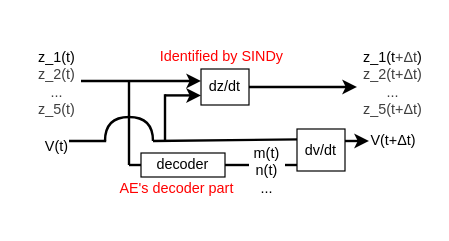
Before: docs/poster/pic/ref/model.drawio in MunechikaHaruki/SINDyNeuroSurrogate, a draw.io diagram. Source tidied: cells renumbered, new cells numbered last; positions are measured from the earlier drawing's top-left corner, leaving out a move shared by most shapes. Both pictures are drawn from the tidied source at 120%, with x=0, y=0 at pixel (20, 20).
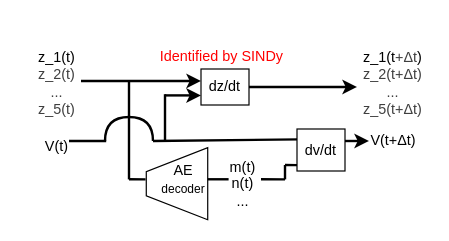
The same diagram, later.

Change to the diagram source:
```diff
@@
     <mxCell id="3" style="endArrow=none;html=1;exitX=1.017;exitY=0.414;exitDx=0;exitDy=0;exitPerimeter=0;strokeWidth=2;endFill=0;" parent="1" edge="1">
       <mxGeometry relative="1" as="geometry">
         <mxPoint x="90" y="50" as="sourcePoint" />
-        <mxPoint x="90" y="120" as="targetPoint" />
+        <mxPoint x="90" y="132" as="targetPoint" />
       </mxGeometry>
     </mxCell>
@@
-    <mxCell id="10" style="endArrow=none;html=1;strokeWidth=2;endFill=0;startArrow=none;startFill=0;" parent="1" edge="1">
+    <mxCell id="10" style="endArrow=none;html=1;strokeWidth=2;endFill=0;startArrow=none;startFill=0;exitX=0.56;exitY=-0.012;exitDx=0;exitDy=0;exitPerimeter=0;" parent="1" edge="1" source="24">
       <mxGeometry relative="1" as="geometry">
-        <mxPoint x="100" y="120" as="sourcePoint" />
-        <mxPoint x="90" y="120" as="targetPoint" />
+        <mxPoint x="90" y="131.9" as="targetPoint" />
       </mxGeometry>
     </mxCell>
-    <mxCell id="11" value="decoder" style="rounded=0;whiteSpace=wrap;html=1;" parent="1" vertex="1">
-      <mxGeometry x="100" y="110" width="70" height="20" as="geometry" />
-    </mxCell>
     <mxCell id="12" style="endArrow=none;html=1;strokeWidth=2;endFill=0;" parent="1" edge="1">
       <mxGeometry relative="1" as="geometry">
-        <mxPoint x="190" y="120" as="sourcePoint" />
-        <mxPoint x="170" y="120" as="targetPoint" />
+        <mxPoint x="173" y="131.9" as="sourcePoint" />
+        <mxPoint x="153" y="131.9" as="targetPoint" />
       </mxGeometry>
     </mxCell>
     <mxCell id="13" value="m(t)&lt;div&gt;n(t)&lt;/div&gt;&lt;div&gt;...&lt;/div&gt;" style="text;html=1;align=center;verticalAlign=middle;whiteSpace=wrap;rounded=0;" parent="1" vertex="1">
-      <mxGeometry x="190" y="95" width="30" height="60" as="geometry" />
+      <mxGeometry x="170" y="105.6" width="30" height="60" as="geometry" />
     </mxCell>
@@
     <mxCell id="15" style="endArrow=none;html=1;strokeWidth=2;endFill=0;startArrow=none;startFill=0;" parent="1" edge="1">
       <mxGeometry relative="1" as="geometry">
-        <mxPoint x="230" y="120" as="sourcePoint" />
-        <mxPoint x="220" y="120" as="targetPoint" />
+        <mxPoint x="220" y="132" as="sourcePoint" />
+        <mxPoint x="200" y="131.9" as="targetPoint" />
       </mxGeometry>
     </mxCell>
@@
-    <mxCell id="21" value="&lt;font style=&quot;color: rgb(255, 0, 0);&quot;&gt;AE's decoder part&lt;/font&gt;" style="text;html=1;align=center;verticalAlign=middle;whiteSpace=wrap;rounded=0;" parent="1" vertex="1">
-      <mxGeometry x="80" y="125" width="100" height="30" as="geometry" />
-    </mxCell>
@@
+    <mxCell id="24" style="shape=trapezoid;perimeter=trapezoidPerimeter;whiteSpace=wrap;html=1;fixedSize=1;rotation=-90;" parent="1" vertex="1">
+      <mxGeometry x="100" y="110" width="60" height="51.2" as="geometry" />
+    </mxCell>
+    <mxCell id="25" value="AE&lt;div&gt;&lt;font style=&quot;font-size: 10px;&quot;&gt;decoder&lt;/font&gt;&lt;/div&gt;" style="text;html=1;align=center;verticalAlign=middle;whiteSpace=wrap;rounded=0;" parent="1" vertex="1">
+      <mxGeometry x="118" y="114.6" width="35" height="35" as="geometry" />
+    </mxCell>
+    <mxCell id="26" style="endArrow=none;html=1;strokeWidth=2;endFill=0;startArrow=none;startFill=0;" parent="1" edge="1">
+      <mxGeometry relative="1" as="geometry">
+        <mxPoint x="220" y="132" as="sourcePoint" />
+        <mxPoint x="220" y="120" as="targetPoint" />
+      </mxGeometry>
+    </mxCell>
+    <mxCell id="27" style="endArrow=none;html=1;strokeWidth=2;endFill=0;startArrow=none;startFill=0;" parent="1" edge="1">
+      <mxGeometry relative="1" as="geometry">
+        <mxPoint x="230" y="120.1" as="sourcePoint" />
+        <mxPoint x="220" y="120" as="targetPoint" />
+      </mxGeometry>
+    </mxCell>
```
